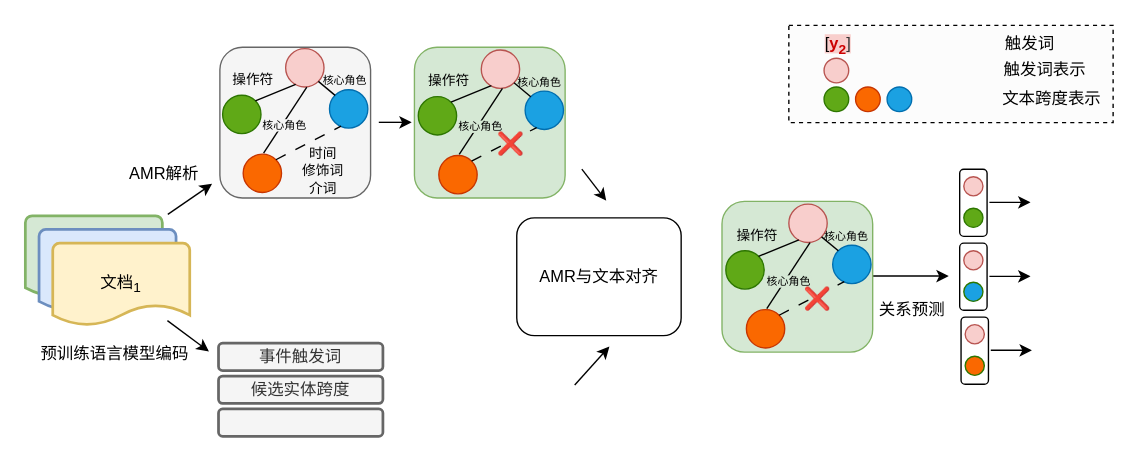
This is work2/AMR-ERGP-model-中文版.drawio from crawlerWPS/drawing, a draw.io file, before an edit. Source tidied: cells renumbered, new cells numbered last; positions are measured from the earlier drawing's top-left corner, leaving out a move shared by most shapes. Both pictures are drawn from the tidied source at 137%, with x=0, y=0 at pixel (25, 23).
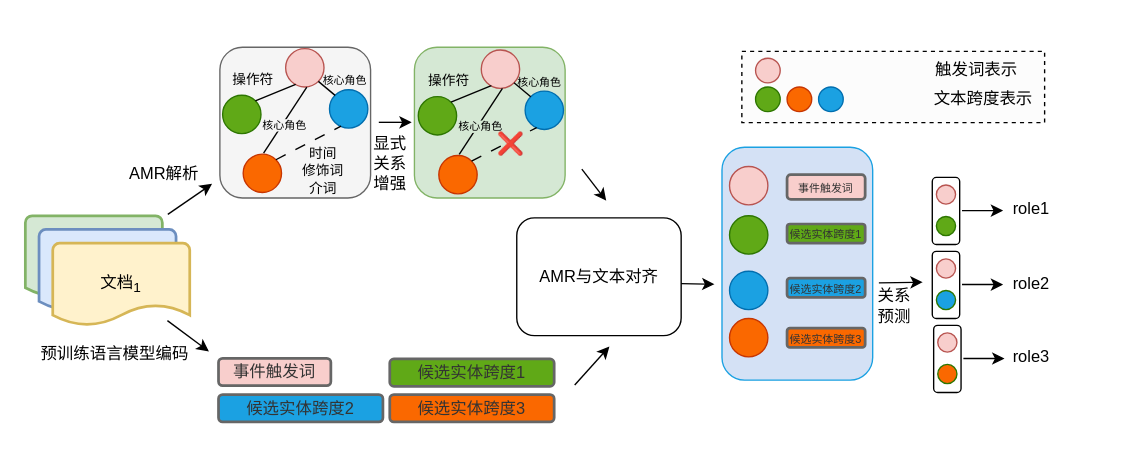
Above is the later version.

Commit message (it also covers changes not shown here):
更新AMR-ERGP-model-中文版.drawio

Diff of the diagram source:
```diff
@@
     <mxCell id="2" style="rounded=1;whiteSpace=wrap;html=1;" parent="1" vertex="1">
-      <mxGeometry x="682" y="106" width="20" height="49" as="geometry" />
+      <mxGeometry x="662" y="112" width="20" height="49" as="geometry" />
     </mxCell>
@@
-    <mxCell id="6" value="事件触发词" style="rounded=1;whiteSpace=wrap;html=1;strokeWidth=2;fillColor=#f5f5f5;fontColor=#333333;strokeColor=#666666;" parent="1" vertex="1">
-      <mxGeometry x="141" y="233" width="120" height="20" as="geometry" />
+    <mxCell id="6" value="事件触发词" style="rounded=1;whiteSpace=wrap;html=1;strokeWidth=2;fillColor=#F8CECC;fontColor=#333333;strokeColor=#666666;" parent="1" vertex="1">
+      <mxGeometry x="141" y="244" width="82" height="20" as="geometry" />
     </mxCell>
-    <mxCell id="7" value="候选实体跨度" style="rounded=1;whiteSpace=wrap;html=1;strokeWidth=2;fillColor=#f5f5f5;fontColor=#333333;strokeColor=#666666;" parent="1" vertex="1">
-      <mxGeometry x="141" y="257" width="120" height="20" as="geometry" />
+    <mxCell id="7" value="候选实体跨度1" style="rounded=1;whiteSpace=wrap;html=1;strokeWidth=2;fillColor=#60A917;fontColor=#333333;strokeColor=#666666;" parent="1" vertex="1">
+      <mxGeometry x="266" y="244.5" width="120" height="20" as="geometry" />
     </mxCell>
-    <mxCell id="8" style="rounded=1;whiteSpace=wrap;html=1;strokeWidth=2;fillColor=#f5f5f5;fontColor=#333333;strokeColor=#666666;" parent="1" vertex="1">
-      <mxGeometry x="141" y="281" width="120" height="20" as="geometry" />
+    <mxCell id="8" value="候选实体跨度3" style="rounded=1;whiteSpace=wrap;html=1;strokeWidth=2;fillColor=#FA6800;fontColor=#333333;strokeColor=#666666;" parent="1" vertex="1">
+      <mxGeometry x="266" y="270.5" width="120" height="20" as="geometry" />
     </mxCell>
@@
-    <mxCell id="28" style="edgeStyle=orthogonalEdgeStyle;rounded=0;jettySize=auto;html=1;" parent="1" edge="1" source="29">
+    <mxCell id="28" style="rounded=0;orthogonalLoop=1;jettySize=auto;html=1;" parent="1" edge="1">
       <mxGeometry relative="1" as="geometry">
-        <mxPoint x="674" y="184" as="targetPoint" />
+        <mxPoint x="623" y="189" as="sourcePoint" />
+        <mxPoint x="655" y="188.5" as="targetPoint" />
       </mxGeometry>
     </mxCell>
-    <mxCell id="29" style="rounded=1;whiteSpace=wrap;html=1;fillColor=#d5e8d4;strokeColor=#82b366;" parent="1" vertex="1">
-      <mxGeometry x="508.5" y="129.5" width="110" height="110" as="geometry" />
+    <mxCell id="29" style="rounded=1;whiteSpace=wrap;html=1;fillColor=#D4E1F5;strokeColor=#1BA1E2;" parent="1" vertex="1">
+      <mxGeometry x="508.5" y="90" width="110" height="170" as="geometry" />
     </mxCell>
     <mxCell id="30" style="ellipse;whiteSpace=wrap;html=1;fillColor=#f8cecc;strokeColor=#b85450;" parent="1" vertex="1">
-      <mxGeometry x="557.3" y="131.5" width="28" height="28" as="geometry" />
+      <mxGeometry x="514" y="104" width="28" height="28" as="geometry" />
     </mxCell>
     <mxCell id="31" style="ellipse;whiteSpace=wrap;html=1;fillColor=#1ba1e2;fontColor=#ffffff;strokeColor=#006EAF;" parent="1" vertex="1">
-      <mxGeometry x="589.3" y="161.5" width="28" height="28" as="geometry" />
+      <mxGeometry x="514" y="180.5" width="28" height="28" as="geometry" />
     </mxCell>
     <mxCell id="32" style="ellipse;whiteSpace=wrap;html=1;fillColor=#60a917;fontColor=#ffffff;strokeColor=#2D7600;" parent="1" vertex="1">
-      <mxGeometry x="511.3" y="165.5" width="28" height="28" as="geometry" />
+      <mxGeometry x="514" y="140" width="28" height="28" as="geometry" />
     </mxCell>
-    <mxCell id="33" style="endArrow=none;html=1;rounded=0;exitX=1;exitY=0;exitDx=0;exitDy=0;entryX=0.262;entryY=0.93;entryDx=0;entryDy=0;entryPerimeter=0;" parent="1" edge="1" source="32" target="30">
-      <mxGeometry relative="1" as="geometry" />
-    </mxCell>
-    <mxCell id="34" value="操作符" style="edgeLabel;html=1;align=center;verticalAlign=middle;labelBackgroundColor=none;fontSize=10;" parent="33" vertex="1">
-      <mxGeometry x="-0.09" relative="1" as="geometry">
-        <mxPoint x="-15" y="-11" as="offset" />
-      </mxGeometry>
-    </mxCell>
-    <mxCell id="35" style="endArrow=none;html=1;rounded=0;entryX=0;entryY=0;entryDx=0;entryDy=0;exitX=1;exitY=1;exitDx=0;exitDy=0;" parent="1" edge="1" source="30" target="31">
-      <mxGeometry relative="1" as="geometry" />
-    </mxCell>
-    <mxCell id="36" value="核心角色" style="edgeLabel;html=1;align=center;verticalAlign=middle;labelBackgroundColor=none;fontSize=8;" parent="35" vertex="1">
-      <mxGeometry x="-0.08" relative="1" as="geometry">
-        <mxPoint x="12" y="-5" as="offset" />
-      </mxGeometry>
-    </mxCell>
     <mxCell id="37" style="ellipse;whiteSpace=wrap;html=1;fillColor=#fa6800;fontColor=#000000;strokeColor=#C73500;" parent="1" vertex="1">
-      <mxGeometry x="526.3" y="208.5" width="28" height="28" as="geometry" />
+      <mxGeometry x="514" y="215" width="28" height="28" as="geometry" />
     </mxCell>
-    <mxCell id="38" style="endArrow=none;html=1;rounded=0;entryX=0.552;entryY=1.001;entryDx=0;entryDy=0;entryPerimeter=0;exitX=0.532;exitY=-0.029;exitDx=0;exitDy=0;exitPerimeter=0;" parent="1" edge="1" source="37" target="30">
-      <mxGeometry relative="1" as="geometry" />
-    </mxCell>
-    <mxCell id="39" value="核心角色" style="edgeLabel;html=1;align=center;verticalAlign=middle;labelBackgroundColor=#d5e8d4;fontSize=8;" parent="38" vertex="1">
-      <mxGeometry x="0.14" relative="1" as="geometry">
-        <mxPoint x="-3" y="7" as="offset" />
-      </mxGeometry>
-    </mxCell>
-    <mxCell id="40" style="endArrow=none;html=1;rounded=0;entryX=0.301;entryY=0.951;entryDx=0;entryDy=0;entryPerimeter=0;exitX=1;exitY=0;exitDx=0;exitDy=0;labelBackgroundColor=none;dashed=1;dashPattern=8 8;" parent="1" edge="1" source="37" target="31">
-      <mxGeometry y="-23" relative="1" as="geometry" />
-    </mxCell>
-    <mxCell id="41" value="❌" style="edgeLabel;html=1;align=center;verticalAlign=middle;labelBackgroundColor=none;fontSize=16;" parent="40" vertex="1">
-      <mxGeometry x="0.26" y="2" relative="1" as="geometry">
-        <mxPoint x="-2" y="4" as="offset" />
-      </mxGeometry>
-    </mxCell>
-    <mxCell id="42" value="关系预测" style="text;html=1;align=center;verticalAlign=middle;strokeColor=none;fillColor=none;" parent="1" vertex="1">
-      <mxGeometry x="612" y="193.5" width="70" height="30" as="geometry" />
+    <mxCell id="42" value="关系&lt;br&gt;预测" style="text;html=1;align=center;verticalAlign=middle;strokeColor=none;fillColor=none;" parent="1" vertex="1">
+      <mxGeometry x="608.5" y="185.5" width="50" height="40" as="geometry" />
     </mxCell>
     <mxCell id="43" style="ellipse;whiteSpace=wrap;html=1;fillColor=#f8cecc;strokeColor=#b85450;" parent="1" vertex="1">
-      <mxGeometry x="685" y="111.5" width="14" height="14" as="geometry" />
+      <mxGeometry x="665" y="117.5" width="14" height="14" as="geometry" />
     </mxCell>
     <mxCell id="44" style="ellipse;whiteSpace=wrap;html=1;fillColor=#60a917;fontColor=#ffffff;strokeColor=#2D7600;" parent="1" vertex="1">
-      <mxGeometry x="685" y="134.5" width="14" height="14" as="geometry" />
+      <mxGeometry x="665" y="140.5" width="14" height="14" as="geometry" />
     </mxCell>
     <mxCell id="45" style="endArrow=classic;html=1;rounded=0;" parent="1" edge="1">
       <mxGeometry relative="1" as="geometry">
-        <mxPoint x="703.7" y="130.2" as="sourcePoint" />
-        <mxPoint x="733.7" y="130.2" as="targetPoint" />
+        <mxPoint x="683.7" y="136.2" as="sourcePoint" />
+        <mxPoint x="713.7" y="136.2" as="targetPoint" />
       </mxGeometry>
     </mxCell>
     <mxCell id="46" style="rounded=1;whiteSpace=wrap;html=1;" parent="1" vertex="1">
-      <mxGeometry x="682" y="160" width="20" height="49" as="geometry" />
+      <mxGeometry x="662" y="166" width="20" height="49" as="geometry" />
     </mxCell>
     <mxCell id="47" style="ellipse;whiteSpace=wrap;html=1;fillColor=#f8cecc;strokeColor=#b85450;" parent="1" vertex="1">
-      <mxGeometry x="685" y="165.5" width="14" height="14" as="geometry" />
+      <mxGeometry x="665" y="171.5" width="14" height="14" as="geometry" />
     </mxCell>
     <mxCell id="48" style="ellipse;whiteSpace=wrap;html=1;fillColor=#1BA1E2;fontColor=#ffffff;strokeColor=#2D7600;" parent="1" vertex="1">
-      <mxGeometry x="685" y="188.5" width="14" height="14" as="geometry" />
+      <mxGeometry x="665" y="194.5" width="14" height="14" as="geometry" />
     </mxCell>
     <mxCell id="49" style="endArrow=classic;html=1;rounded=0;" parent="1" edge="1">
       <mxGeometry relative="1" as="geometry">
-        <mxPoint x="703.7" y="184.2" as="sourcePoint" />
-        <mxPoint x="733.7" y="184.2" as="targetPoint" />
+        <mxPoint x="683.7" y="190.2" as="sourcePoint" />
+        <mxPoint x="713.7" y="190.2" as="targetPoint" />
       </mxGeometry>
     </mxCell>
     <mxCell id="50" style="rounded=1;whiteSpace=wrap;html=1;" parent="1" vertex="1">
-      <mxGeometry x="683" y="214" width="20" height="49" as="geometry" />
+      <mxGeometry x="663" y="220" width="20" height="49" as="geometry" />
     </mxCell>
     <mxCell id="51" style="ellipse;whiteSpace=wrap;html=1;fillColor=#f8cecc;strokeColor=#b85450;" parent="1" vertex="1">
-      <mxGeometry x="686" y="219.5" width="14" height="14" as="geometry" />
+      <mxGeometry x="666" y="225.5" width="14" height="14" as="geometry" />
     </mxCell>
     <mxCell id="52" style="ellipse;whiteSpace=wrap;html=1;fillColor=#FA6800;fontColor=#ffffff;strokeColor=#2D7600;" parent="1" vertex="1">
-      <mxGeometry x="686" y="242.5" width="14" height="14" as="geometry" />
+      <mxGeometry x="666" y="248.5" width="14" height="14" as="geometry" />
     </mxCell>
     <mxCell id="53" style="endArrow=classic;html=1;rounded=0;" parent="1" edge="1">
       <mxGeometry relative="1" as="geometry">
-        <mxPoint x="704.7" y="238.2" as="sourcePoint" />
-        <mxPoint x="734.7" y="238.2" as="targetPoint" />
+        <mxPoint x="684.7" y="244.2" as="sourcePoint" />
+        <mxPoint x="714.7" y="244.2" as="targetPoint" />
       </mxGeometry>
     </mxCell>
@@
     <mxCell id="68" style="rounded=0;whiteSpace=wrap;html=1;fillColor=#fcfcfc;dashed=1;strokeColor=default;glass=0;" parent="1" vertex="1">
-      <mxGeometry x="557.3" y="1" width="236.7" height="71" as="geometry" />
+      <mxGeometry x="523" y="20" width="221" height="52" as="geometry" />
     </mxCell>
     <mxCell id="69" style="ellipse;whiteSpace=wrap;html=1;fillColor=#f8cecc;strokeColor=#b85450;" parent="1" vertex="1">
-      <mxGeometry x="583" y="25" width="18" height="18" as="geometry" />
+      <mxGeometry x="533" y="25" width="18" height="18" as="geometry" />
     </mxCell>
     <mxCell id="70" value="触发词表示" style="text;html=1;strokeColor=none;fillColor=none;align=center;verticalAlign=middle;whiteSpace=wrap;rounded=0;" parent="1" vertex="1">
-      <mxGeometry x="709" y="19" width="71" height="30" as="geometry" />
+      <mxGeometry x="659" y="19" width="71" height="30" as="geometry" />
     </mxCell>
-    <mxCell id="71" value="&lt;span style=&quot;background-color: rgb(248, 206, 204);&quot;&gt;[&lt;font style=&quot;border-color: var(--border-color);&quot; color=&quot;#cc0000&quot;&gt;&lt;b style=&quot;border-color: var(--border-color);&quot;&gt;y&lt;sub style=&quot;border-color: var(--border-color);&quot;&gt;2&lt;/sub&gt;&lt;/b&gt;&lt;/font&gt;&lt;span style=&quot;color: rgb(51, 51, 51);&quot;&gt;]&lt;/span&gt;&lt;/span&gt;" style="text;html=1;strokeColor=none;fillColor=none;align=center;verticalAlign=middle;whiteSpace=wrap;rounded=0;" parent="1" vertex="1">
-      <mxGeometry x="577.5" y="1" width="31" height="30" as="geometry" />
-    </mxCell>
-    <mxCell id="72" value="触发词" style="text;html=1;strokeColor=none;fillColor=none;align=center;verticalAlign=middle;whiteSpace=wrap;rounded=0;" parent="1" vertex="1">
-      <mxGeometry x="698" width="71" height="30" as="geometry" />
-    </mxCell>
     <mxCell id="73" style="ellipse;whiteSpace=wrap;html=1;fillColor=#60a917;fontColor=#ffffff;strokeColor=#2D7600;" parent="1" vertex="1">
-      <mxGeometry x="583" y="46" width="18" height="18" as="geometry" />
+      <mxGeometry x="533" y="46" width="18" height="18" as="geometry" />
     </mxCell>
     <mxCell id="74" style="ellipse;whiteSpace=wrap;html=1;fillColor=#fa6800;fontColor=#000000;strokeColor=#C73500;" parent="1" vertex="1">
-      <mxGeometry x="606" y="46" width="18" height="18" as="geometry" />
+      <mxGeometry x="556" y="46" width="18" height="18" as="geometry" />
     </mxCell>
     <mxCell id="75" style="ellipse;whiteSpace=wrap;html=1;fillColor=#1ba1e2;fontColor=#ffffff;strokeColor=#006EAF;" parent="1" vertex="1">
-      <mxGeometry x="629" y="46" width="18" height="18" as="geometry" />
+      <mxGeometry x="579" y="46" width="18" height="18" as="geometry" />
     </mxCell>
     <mxCell id="76" value="文本跨度表示" style="text;html=1;strokeColor=none;fillColor=none;align=center;verticalAlign=middle;whiteSpace=wrap;rounded=0;" parent="1" vertex="1">
-      <mxGeometry x="709" y="43" width="81" height="24" as="geometry" />
+      <mxGeometry x="659" y="43" width="81" height="24" as="geometry" />
     </mxCell>
+    <mxCell id="77" value="候选实体跨度2" style="rounded=1;whiteSpace=wrap;html=1;strokeWidth=2;fillColor=#1BA1E2;fontColor=#333333;strokeColor=#666666;" parent="1" vertex="1">
+      <mxGeometry x="141" y="270.5" width="120" height="20" as="geometry" />
+    </mxCell>
+    <mxCell id="78" style="endArrow=classic;html=1;rounded=0;" parent="1" edge="1">
+      <mxGeometry relative="1" as="geometry">
+        <mxPoint x="478.7" y="189.5" as="sourcePoint" />
+        <mxPoint x="503" y="190" as="targetPoint" />
+      </mxGeometry>
+    </mxCell>
+    <mxCell id="79" value="显式&lt;br&gt;关系&lt;br&gt;增强" style="text;html=1;align=center;verticalAlign=middle;strokeColor=none;fillColor=none;" parent="1" vertex="1">
+      <mxGeometry x="240.8" y="72" width="50" height="60" as="geometry" />
+    </mxCell>
+    <mxCell id="80" value="role1" style="text;html=1;align=center;verticalAlign=middle;strokeColor=none;fillColor=none;" parent="1" vertex="1">
+      <mxGeometry x="708.5" y="120" width="50" height="30" as="geometry" />
+    </mxCell>
+    <mxCell id="81" value="role2" style="text;html=1;align=center;verticalAlign=middle;strokeColor=none;fillColor=none;" parent="1" vertex="1">
+      <mxGeometry x="709" y="175" width="50" height="30" as="geometry" />
+    </mxCell>
+    <mxCell id="82" value="role3" style="text;html=1;align=center;verticalAlign=middle;strokeColor=none;fillColor=none;" parent="1" vertex="1">
+      <mxGeometry x="708.5" y="227.5" width="50" height="30" as="geometry" />
+    </mxCell>
+    <mxCell id="83" value="&lt;font style=&quot;font-size: 8px;&quot;&gt;事件触发词&lt;/font&gt;" style="rounded=1;whiteSpace=wrap;html=1;strokeWidth=2;fillColor=#F8CECC;fontColor=#333333;strokeColor=#666666;" parent="1" vertex="1">
+      <mxGeometry x="556" y="110" width="57" height="18" as="geometry" />
+    </mxCell>
+    <mxCell id="84" value="&lt;font style=&quot;font-size: 8px;&quot;&gt;候选实体跨度1&lt;/font&gt;" style="rounded=1;whiteSpace=wrap;html=1;strokeWidth=2;fillColor=#60A917;fontColor=#333333;strokeColor=#666666;" parent="1" vertex="1">
+      <mxGeometry x="556" y="146" width="57" height="14" as="geometry" />
+    </mxCell>
+    <mxCell id="85" value="&lt;font style=&quot;font-size: 8px;&quot;&gt;候选实体跨度2&lt;/font&gt;" style="rounded=1;whiteSpace=wrap;html=1;strokeWidth=2;fillColor=#1BA1E2;fontColor=#333333;strokeColor=#666666;" parent="1" vertex="1">
+      <mxGeometry x="556" y="185.5" width="57" height="14" as="geometry" />
+    </mxCell>
+    <mxCell id="86" value="&lt;font style=&quot;font-size: 8px;&quot;&gt;候选实体跨度3&lt;/font&gt;" style="rounded=1;whiteSpace=wrap;html=1;strokeWidth=2;fillColor=#FA6800;fontColor=#333333;strokeColor=#666666;" parent="1" vertex="1">
+      <mxGeometry x="556" y="222" width="57" height="14" as="geometry" />
+    </mxCell>
```
